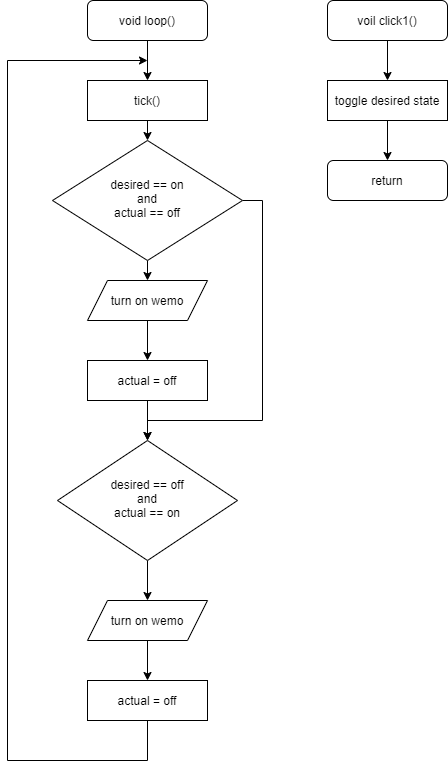
Earlier version of the draw.io export L08_Ethernet/wemoNoTimer.png (ddc-iot/instructor_master). Source tidied: cells renumbered, new cells last; positions are measured from the earlier drawing's top-left corner, leaving out a move shared by most shapes.
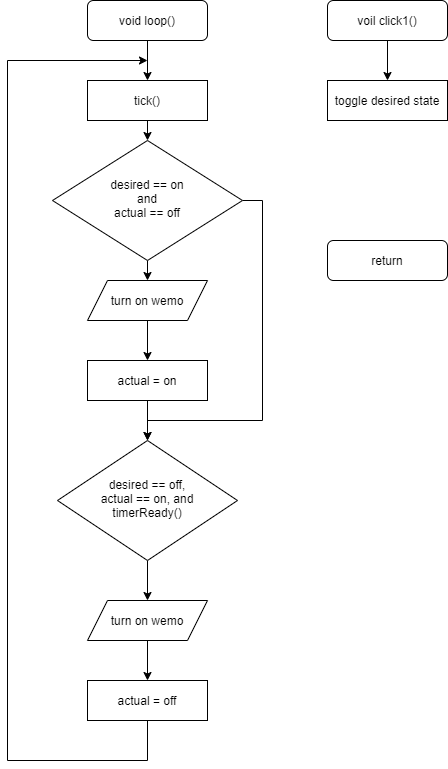
The same file after the commit.

The edit, as a diff of the source:
```diff
@@ -29,14 +29,11 @@
     <mxCell id="8" value="voil click1()" style="rounded=1;whiteSpace=wrap;html=1;" parent="1" vertex="1">
       <mxGeometry x="320" width="120" height="40" as="geometry" />
     </mxCell>
-    <mxCell id="9" style="edgeStyle=orthogonalEdgeStyle;rounded=0;jettySize=auto;html=1;exitX=0.5;exitY=1;exitDx=0;exitDy=0;entryX=0.5;entryY=0;entryDx=0;entryDy=0;" parent="1" edge="1" source="10" target="11">
-      <mxGeometry relative="1" as="geometry" />
-    </mxCell>
     <mxCell id="10" value="toggle desired state" style="rounded=0;whiteSpace=wrap;html=1;" parent="1" vertex="1">
       <mxGeometry x="320" y="80" width="120" height="40" as="geometry" />
     </mxCell>
     <mxCell id="11" value="return" style="rounded=1;whiteSpace=wrap;html=1;" parent="1" vertex="1">
-      <mxGeometry x="320" y="160" width="120" height="40" as="geometry" />
+      <mxGeometry x="320" y="240" width="120" height="40" as="geometry" />
     </mxCell>
     <mxCell id="12" style="edgeStyle=orthogonalEdgeStyle;rounded=0;jettySize=auto;html=1;exitX=0.5;exitY=1;exitDx=0;exitDy=0;entryX=0.5;entryY=0;entryDx=0;entryDy=0;" parent="1" edge="1" source="13" target="23">
       <mxGeometry relative="1" as="geometry" />
@@ -47,7 +44,7 @@
     <mxCell id="14" style="edgeStyle=orthogonalEdgeStyle;rounded=0;jettySize=auto;html=1;exitX=0.5;exitY=1;exitDx=0;exitDy=0;entryX=0.5;entryY=0;entryDx=0;entryDy=0;" parent="1" edge="1" source="15" target="17">
       <mxGeometry relative="1" as="geometry" />
     </mxCell>
-    <mxCell id="15" value="desired == off&lt;br&gt;and&lt;br&gt;actual == on" style="rhombus;whiteSpace=wrap;html=1;shadow=0;fontFamily=Helvetica;fontSize=12;align=center;strokeWidth=1;spacing=6;spacingTop=-4;" parent="1" vertex="1">
+    <mxCell id="15" value="desired == off,&lt;br&gt;actual == on, and&lt;br&gt;timerReady()" style="rhombus;whiteSpace=wrap;html=1;shadow=0;fontFamily=Helvetica;fontSize=12;align=center;strokeWidth=1;spacing=6;spacingTop=-4;" parent="1" vertex="1">
       <mxGeometry x="50" y="440" width="180" height="120" as="geometry" />
     </mxCell>
     <mxCell id="16" style="edgeStyle=orthogonalEdgeStyle;rounded=0;jettySize=auto;html=1;entryX=0.5;entryY=0;entryDx=0;entryDy=0;" parent="1" edge="1" source="17" target="21">
@@ -78,7 +75,7 @@
     <mxCell id="22" style="edgeStyle=orthogonalEdgeStyle;rounded=0;jettySize=auto;html=1;exitX=0.5;exitY=1;exitDx=0;exitDy=0;entryX=0.5;entryY=0;entryDx=0;entryDy=0;" parent="1" edge="1" source="23" target="15">
       <mxGeometry relative="1" as="geometry" />
     </mxCell>
-    <mxCell id="23" value="actual = off" style="rounded=0;whiteSpace=wrap;html=1;" parent="1" vertex="1">
+    <mxCell id="23" value="actual = on" style="rounded=0;whiteSpace=wrap;html=1;" parent="1" vertex="1">
       <mxGeometry x="80" y="360" width="120" height="40" as="geometry" />
     </mxCell>
   </root>
```
